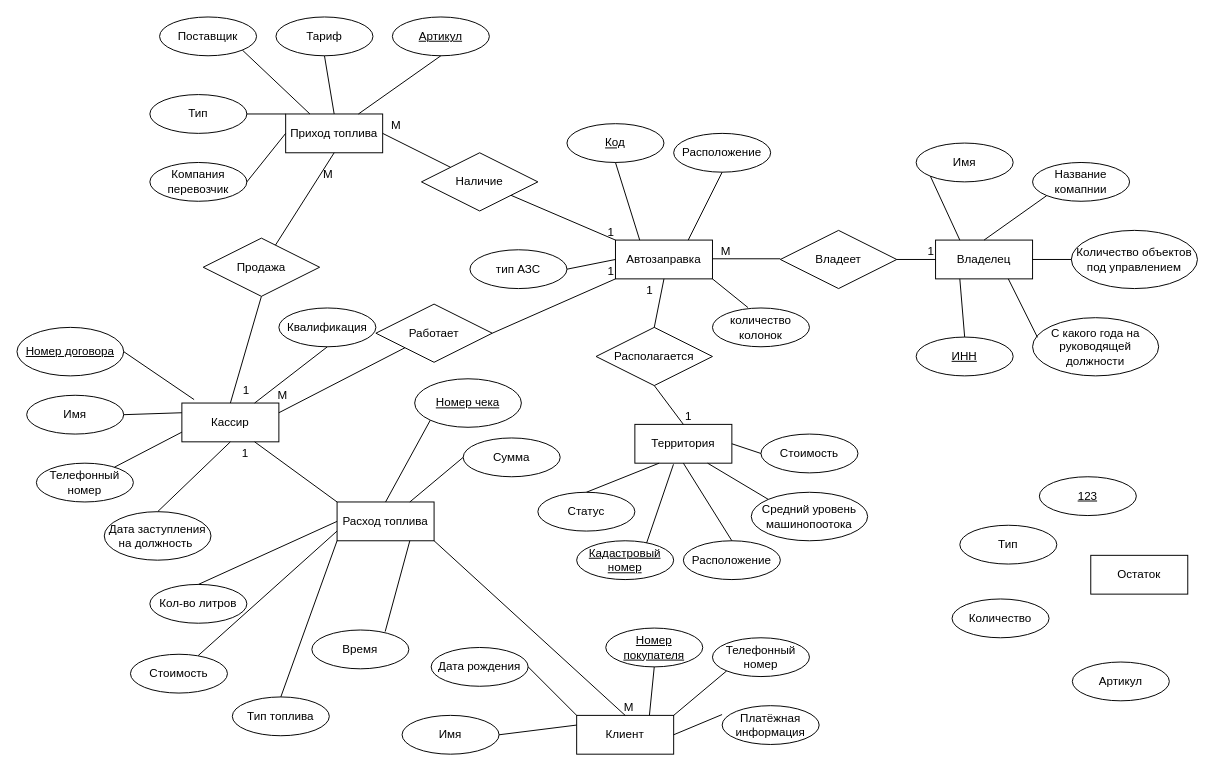
Above: Автозаправки.drawio in rachhhen/SUBD (draw.io), before the change. Source tidied: cells renumbered, new cells numbered last; positions are measured from the earlier drawing's top-left corner, leaving out a move shared by most shapes. Both pictures are drawn from the tidied source at 97%, with x=0, y=0 at pixel (16, 16).
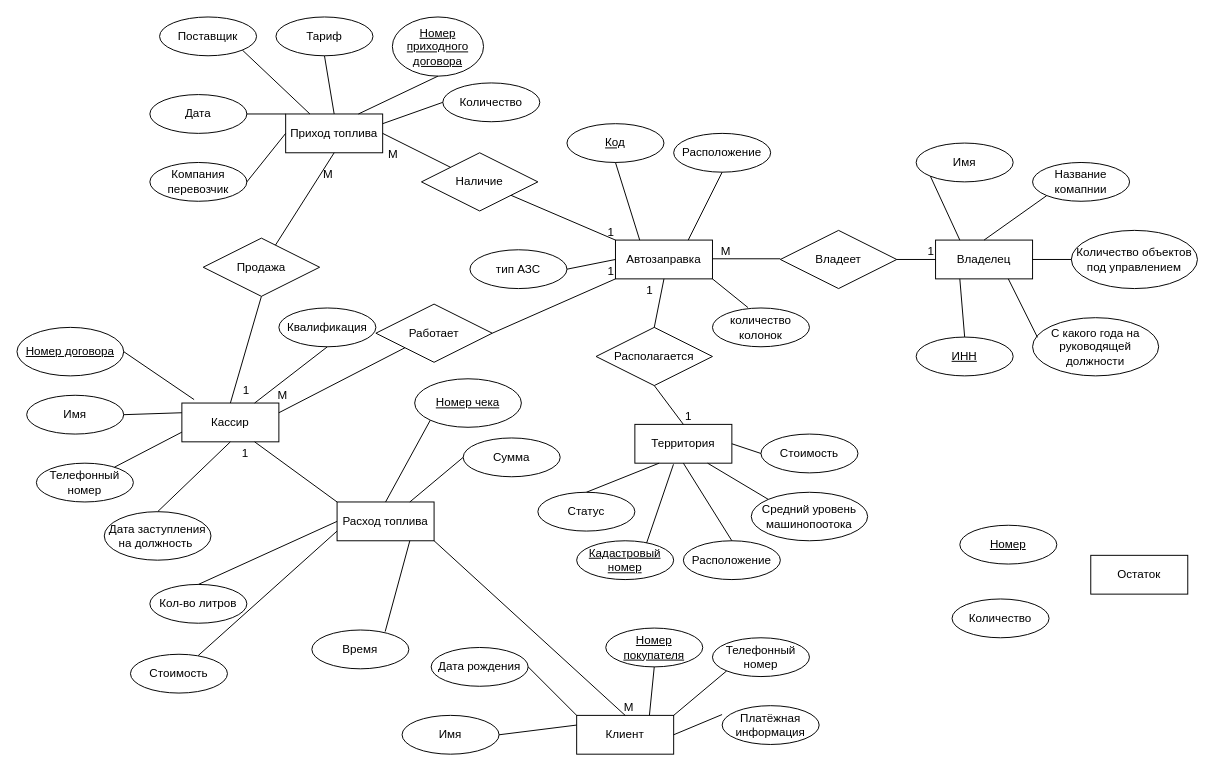
The same page after the edit.

Unchanged cells that the change refers to:
```xml
<mxCell id="5" value="Приход топлива" style="whiteSpace=wrap;html=1;align=center;" parent="1" vertex="1">
  <mxGeometry x="277" y="100" width="100" height="40" as="geometry" />
</mxCell>
<mxCell id="51" style="endArrow=none;html=1;rounded=0;exitX=1;exitY=0.5;exitDx=0;exitDy=0;entryX=0;entryY=0;entryDx=0;entryDy=0;" parent="1" edge="1" source="5" target="48">
  <mxGeometry relative="1" as="geometry" />
</mxCell>
<mxCell id="95" value="Расход топлива" style="whiteSpace=wrap;html=1;align=center;" parent="1" vertex="1">
  <mxGeometry x="330" y="500" width="100" height="40" as="geometry" />
</mxCell>
```

What changed in the source:
```diff
@@
-    <mxCell id="45" value="Артикул" style="ellipse;whiteSpace=wrap;html=1;align=center;fontStyle=4;" parent="1" vertex="1">
-      <mxGeometry x="387" width="100" height="40" as="geometry" />
+    <mxCell id="45" value="Номер приходного договора" style="ellipse;whiteSpace=wrap;html=1;align=center;fontStyle=4;" parent="1" vertex="1">
+      <mxGeometry x="387" width="94" height="61" as="geometry" />
     </mxCell>
-    <mxCell id="46" value="Тип" style="ellipse;whiteSpace=wrap;align=center;fontStyle=0;strokeColor=default;html=1;" parent="1" vertex="1">
+    <mxCell id="46" value="Дата" style="ellipse;whiteSpace=wrap;align=center;fontStyle=0;strokeColor=default;html=1;" parent="1" vertex="1">
       <mxGeometry x="137" y="80" width="100" height="40" as="geometry" />
     </mxCell>
@@
     <mxCell id="52" value="М" style="html=1;whiteSpace=wrap;align=right;verticalAlign=bottom;" parent="51" vertex="1">
       <mxGeometry x="1" relative="1" as="geometry">
-        <mxPoint x="-50" y="-35" as="offset" />
+        <mxPoint x="-53" y="-5" as="offset" />
       </mxGeometry>
     </mxCell>
@@
-    <mxCell id="100" value="Тип топлива" style="ellipse;whiteSpace=wrap;html=1;align=center;" parent="1" vertex="1">
-      <mxGeometry x="222" y="701" width="100" height="40" as="geometry" />
-    </mxCell>
@@
-    <mxCell id="107" style="endArrow=none;html=1;rounded=0;entryX=0.5;entryY=0;entryDx=0;entryDy=0;exitX=0;exitY=1;exitDx=0;exitDy=0;" parent="1" edge="1" source="95" target="100">
-      <mxGeometry relative="1" as="geometry" />
-    </mxCell>
@@
-    <mxCell id="109" value="Тип" style="ellipse;whiteSpace=wrap;html=1;align=center;" parent="1" vertex="1">
+    <mxCell id="109" value="&lt;u class=&quot;custom-cursor-default-hover&quot;&gt;Номер&lt;/u&gt;" style="ellipse;whiteSpace=wrap;html=1;align=center;" parent="1" vertex="1">
       <mxGeometry x="972" y="524" width="100" height="40" as="geometry" />
     </mxCell>
@@
-    <mxCell id="111" value="Артикул" style="ellipse;whiteSpace=wrap;html=1;align=center;" parent="1" vertex="1">
-      <mxGeometry x="1088" y="665" width="100" height="40" as="geometry" />
-    </mxCell>
-    <mxCell id="112" value="&lt;u&gt;123&lt;/u&gt;" style="ellipse;whiteSpace=wrap;html=1;align=center;" parent="1" vertex="1">
-      <mxGeometry x="1054" y="474" width="100" height="40" as="geometry" />
-    </mxCell>
+    <mxCell id="113" value="Количество" style="ellipse;whiteSpace=wrap;html=1;align=center;" parent="1" vertex="1">
+      <mxGeometry x="439" y="68" width="100" height="40" as="geometry" />
+    </mxCell>
+    <mxCell id="114" style="endArrow=none;html=1;rounded=0;exitX=0;exitY=0.5;exitDx=0;exitDy=0;entryX=1;entryY=0.25;entryDx=0;entryDy=0;" parent="1" edge="1" source="113" target="5">
+      <mxGeometry relative="1" as="geometry" />
+    </mxCell>
```
